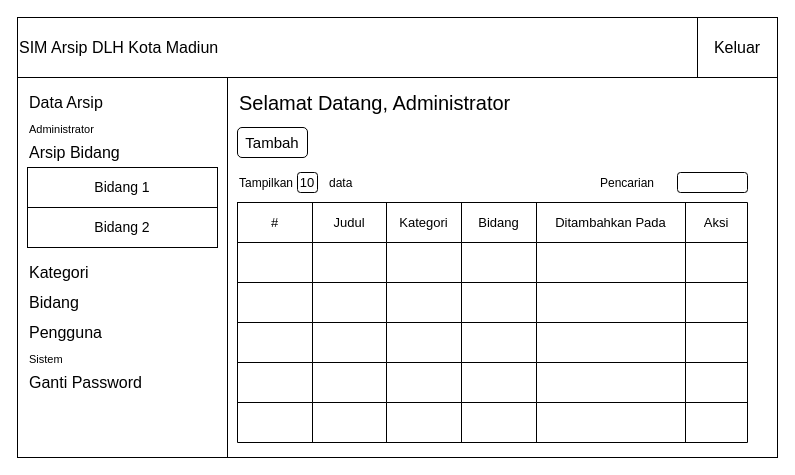
This is page "Arsip" (2 of 9) of Desain Interface.drawio from widimicko/e-arsip-dlh-laravel, a draw.io file, before an edit. Source tidied: cells renumbered, new cells numbered last; positions are measured from the earlier drawing's top-left corner, leaving out a move shared by most shapes. Both pictures are drawn from the tidied source at 100%, with x=0, y=0 at pixel (17, 17).
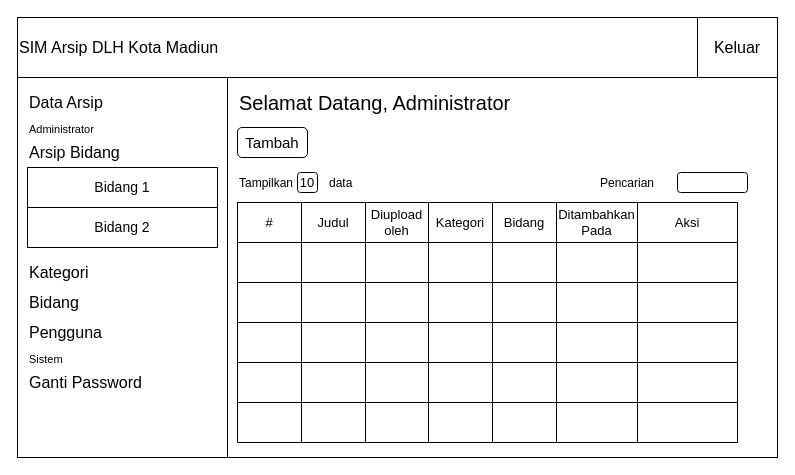
Above is the later version.

Change to the diagram source:
```diff
@@
     <mxCell id="18" style="shape=table;html=1;whiteSpace=wrap;startSize=0;childLayout=tableLayout;rounded=1;labelBackgroundColor=#ffffff;fontSize=12;fontColor=#000000;" parent="1" vertex="1">
-      <mxGeometry x="220" y="185" width="510" height="240" as="geometry" />
+      <mxGeometry x="220" y="185" width="500" height="240" as="geometry" />
     </mxCell>
     <mxCell id="19" style="shape=tableRow;horizontal=0;startSize=0;swimlaneHead=0;swimlaneBody=0;top=0;left=0;bottom=0;right=0;fillColor=none;rounded=1;labelBackgroundColor=#ffffff;fontSize=20;fontColor=#000000;" parent="18" vertex="1">
-      <mxGeometry width="510" height="40" as="geometry" />
+      <mxGeometry width="500" height="40" as="geometry" />
     </mxCell>
     <mxCell id="20" value="#" style="shape=partialRectangle;html=1;whiteSpace=wrap;fillColor=none;top=0;left=0;bottom=0;right=0;overflow=hidden;rounded=1;labelBackgroundColor=#ffffff;fontSize=13;fontColor=#000000;" parent="19" vertex="1">
-      <mxGeometry width="75" height="40" as="geometry" />
+      <mxGeometry width="64" height="40" as="geometry" />
     </mxCell>
     <mxCell id="21" value="&lt;font style=&quot;font-size: 13px;&quot;&gt;Judul&lt;/font&gt;" style="shape=partialRectangle;html=1;whiteSpace=wrap;fillColor=none;top=0;left=0;bottom=0;right=0;overflow=hidden;rounded=1;labelBackgroundColor=#ffffff;fontSize=13;fontColor=#000000;" parent="19" vertex="1">
-      <mxGeometry x="75" width="74" height="40" as="geometry" />
+      <mxGeometry x="64" width="64" height="40" as="geometry" />
     </mxCell>
+    <mxCell id="67" value="Diupload oleh" style="shape=partialRectangle;html=1;whiteSpace=wrap;fillColor=none;top=0;left=0;bottom=0;right=0;overflow=hidden;rounded=1;labelBackgroundColor=#ffffff;fontSize=13;fontColor=#000000;" parent="19" vertex="1">
+      <mxGeometry x="128" width="63" height="40" as="geometry" />
+    </mxCell>
     <mxCell id="22" value="&lt;span style=&quot;font-size: 13px;&quot;&gt;Kategori&lt;/span&gt;" style="shape=partialRectangle;html=1;whiteSpace=wrap;fillColor=none;top=0;left=0;bottom=0;right=0;overflow=hidden;rounded=1;labelBackgroundColor=#ffffff;fontSize=13;fontColor=#000000;" parent="19" vertex="1">
-      <mxGeometry x="149" width="75" height="40" as="geometry" />
+      <mxGeometry x="191" width="64" height="40" as="geometry" />
     </mxCell>
     <mxCell id="23" value="&lt;span style=&quot;font-size: 13px;&quot;&gt;Bidang&lt;/span&gt;" style="shape=partialRectangle;html=1;whiteSpace=wrap;fillColor=none;top=0;left=0;bottom=0;right=0;overflow=hidden;rounded=1;labelBackgroundColor=#ffffff;fontSize=13;fontColor=#000000;" parent="19" vertex="1">
-      <mxGeometry x="224" width="75" height="40" as="geometry" />
+      <mxGeometry x="255" width="64" height="40" as="geometry" />
     </mxCell>
     <mxCell id="24" value="&lt;span style=&quot;font-size: 13px;&quot;&gt;Ditambahkan Pada&lt;/span&gt;" style="shape=partialRectangle;html=1;whiteSpace=wrap;fillColor=none;top=0;left=0;bottom=0;right=0;overflow=hidden;rounded=1;labelBackgroundColor=#ffffff;fontSize=13;fontColor=#000000;" parent="19" vertex="1">
-      <mxGeometry x="299" width="149" height="40" as="geometry" />
+      <mxGeometry x="319" width="81" height="40" as="geometry" />
     </mxCell>
     <mxCell id="25" value="&lt;span style=&quot;font-size: 13px;&quot;&gt;Aksi&lt;/span&gt;" style="shape=partialRectangle;html=1;whiteSpace=wrap;fillColor=none;top=0;left=0;bottom=0;right=0;overflow=hidden;rounded=1;labelBackgroundColor=#ffffff;fontSize=13;fontColor=#000000;" parent="19" vertex="1">
-      <mxGeometry x="448" width="62" height="40" as="geometry" />
+      <mxGeometry x="400" width="100" height="40" as="geometry" />
     </mxCell>
     <mxCell id="26" style="shape=tableRow;horizontal=0;startSize=0;swimlaneHead=0;swimlaneBody=0;top=0;left=0;bottom=0;right=0;fillColor=none;rounded=1;labelBackgroundColor=#ffffff;fontSize=20;fontColor=#000000;" parent="18" vertex="1">
-      <mxGeometry y="40" width="510" height="40" as="geometry" />
+      <mxGeometry y="40" width="500" height="40" as="geometry" />
     </mxCell>
     <mxCell id="27" style="shape=partialRectangle;html=1;whiteSpace=wrap;fillColor=none;top=0;left=0;bottom=0;right=0;overflow=hidden;rounded=1;labelBackgroundColor=#ffffff;fontSize=20;fontColor=#000000;" parent="26" vertex="1">
-      <mxGeometry width="75" height="40" as="geometry" />
+      <mxGeometry width="64" height="40" as="geometry" />
     </mxCell>
     <mxCell id="28" style="shape=partialRectangle;html=1;whiteSpace=wrap;fillColor=none;top=0;left=0;bottom=0;right=0;overflow=hidden;rounded=1;labelBackgroundColor=#ffffff;fontSize=20;fontColor=#000000;" parent="26" vertex="1">
-      <mxGeometry x="75" width="74" height="40" as="geometry" />
+      <mxGeometry x="64" width="64" height="40" as="geometry" />
     </mxCell>
+    <mxCell id="68" style="shape=partialRectangle;html=1;whiteSpace=wrap;fillColor=none;top=0;left=0;bottom=0;right=0;overflow=hidden;rounded=1;labelBackgroundColor=#ffffff;fontSize=20;fontColor=#000000;" parent="26" vertex="1">
+      <mxGeometry x="128" width="63" height="40" as="geometry" />
+    </mxCell>
     <mxCell id="29" style="shape=partialRectangle;html=1;whiteSpace=wrap;fillColor=none;top=0;left=0;bottom=0;right=0;overflow=hidden;rounded=1;labelBackgroundColor=#ffffff;fontSize=20;fontColor=#000000;" parent="26" vertex="1">
-      <mxGeometry x="149" width="75" height="40" as="geometry" />
+      <mxGeometry x="191" width="64" height="40" as="geometry" />
     </mxCell>
     <mxCell id="30" style="shape=partialRectangle;html=1;whiteSpace=wrap;fillColor=none;top=0;left=0;bottom=0;right=0;overflow=hidden;rounded=1;labelBackgroundColor=#ffffff;fontSize=20;fontColor=#000000;" parent="26" vertex="1">
-      <mxGeometry x="224" width="75" height="40" as="geometry" />
+      <mxGeometry x="255" width="64" height="40" as="geometry" />
     </mxCell>
     <mxCell id="31" style="shape=partialRectangle;html=1;whiteSpace=wrap;fillColor=none;top=0;left=0;bottom=0;right=0;overflow=hidden;rounded=1;labelBackgroundColor=#ffffff;fontSize=20;fontColor=#000000;" parent="26" vertex="1">
-      <mxGeometry x="299" width="149" height="40" as="geometry" />
+      <mxGeometry x="319" width="81" height="40" as="geometry" />
     </mxCell>
     <mxCell id="32" style="shape=partialRectangle;html=1;whiteSpace=wrap;fillColor=none;top=0;left=0;bottom=0;right=0;overflow=hidden;rounded=1;labelBackgroundColor=#ffffff;fontSize=20;fontColor=#000000;" parent="26" vertex="1">
-      <mxGeometry x="448" width="62" height="40" as="geometry" />
+      <mxGeometry x="400" width="100" height="40" as="geometry" />
     </mxCell>
     <mxCell id="33" style="shape=tableRow;horizontal=0;startSize=0;swimlaneHead=0;swimlaneBody=0;top=0;left=0;bottom=0;right=0;fillColor=none;rounded=1;labelBackgroundColor=#ffffff;fontSize=20;fontColor=#000000;" parent="18" vertex="1">
-      <mxGeometry y="80" width="510" height="40" as="geometry" />
+      <mxGeometry y="80" width="500" height="40" as="geometry" />
     </mxCell>
     <mxCell id="34" style="shape=partialRectangle;html=1;whiteSpace=wrap;fillColor=none;top=0;left=0;bottom=0;right=0;overflow=hidden;rounded=1;labelBackgroundColor=#ffffff;fontSize=20;fontColor=#000000;" parent="33" vertex="1">
-      <mxGeometry width="75" height="40" as="geometry" />
+      <mxGeometry width="64" height="40" as="geometry" />
     </mxCell>
     <mxCell id="35" style="shape=partialRectangle;html=1;whiteSpace=wrap;fillColor=none;top=0;left=0;bottom=0;right=0;overflow=hidden;rounded=1;labelBackgroundColor=#ffffff;fontSize=20;fontColor=#000000;" parent="33" vertex="1">
-      <mxGeometry x="75" width="74" height="40" as="geometry" />
+      <mxGeometry x="64" width="64" height="40" as="geometry" />
     </mxCell>
+    <mxCell id="69" style="shape=partialRectangle;html=1;whiteSpace=wrap;fillColor=none;top=0;left=0;bottom=0;right=0;overflow=hidden;rounded=1;labelBackgroundColor=#ffffff;fontSize=20;fontColor=#000000;" parent="33" vertex="1">
+      <mxGeometry x="128" width="63" height="40" as="geometry" />
+    </mxCell>
     <mxCell id="36" style="shape=partialRectangle;html=1;whiteSpace=wrap;fillColor=none;top=0;left=0;bottom=0;right=0;overflow=hidden;rounded=1;labelBackgroundColor=#ffffff;fontSize=20;fontColor=#000000;" parent="33" vertex="1">
-      <mxGeometry x="149" width="75" height="40" as="geometry" />
+      <mxGeometry x="191" width="64" height="40" as="geometry" />
     </mxCell>
     <mxCell id="37" style="shape=partialRectangle;html=1;whiteSpace=wrap;fillColor=none;top=0;left=0;bottom=0;right=0;overflow=hidden;rounded=1;labelBackgroundColor=#ffffff;fontSize=20;fontColor=#000000;" parent="33" vertex="1">
-      <mxGeometry x="224" width="75" height="40" as="geometry" />
+      <mxGeometry x="255" width="64" height="40" as="geometry" />
     </mxCell>
     <mxCell id="38" style="shape=partialRectangle;html=1;whiteSpace=wrap;fillColor=none;top=0;left=0;bottom=0;right=0;overflow=hidden;rounded=1;labelBackgroundColor=#ffffff;fontSize=20;fontColor=#000000;" parent="33" vertex="1">
-      <mxGeometry x="299" width="149" height="40" as="geometry" />
+      <mxGeometry x="319" width="81" height="40" as="geometry" />
     </mxCell>
     <mxCell id="39" style="shape=partialRectangle;html=1;whiteSpace=wrap;fillColor=none;top=0;left=0;bottom=0;right=0;overflow=hidden;rounded=1;labelBackgroundColor=#ffffff;fontSize=20;fontColor=#000000;" parent="33" vertex="1">
-      <mxGeometry x="448" width="62" height="40" as="geometry" />
+      <mxGeometry x="400" width="100" height="40" as="geometry" />
     </mxCell>
     <mxCell id="40" style="shape=tableRow;horizontal=0;startSize=0;swimlaneHead=0;swimlaneBody=0;top=0;left=0;bottom=0;right=0;fillColor=none;rounded=1;labelBackgroundColor=#ffffff;fontSize=20;fontColor=#000000;" parent="18" vertex="1">
-      <mxGeometry y="120" width="510" height="40" as="geometry" />
+      <mxGeometry y="120" width="500" height="40" as="geometry" />
     </mxCell>
     <mxCell id="41" style="shape=partialRectangle;html=1;whiteSpace=wrap;fillColor=none;top=0;left=0;bottom=0;right=0;overflow=hidden;rounded=1;labelBackgroundColor=#ffffff;fontSize=20;fontColor=#000000;" parent="40" vertex="1">
-      <mxGeometry width="75" height="40" as="geometry" />
+      <mxGeometry width="64" height="40" as="geometry" />
     </mxCell>
     <mxCell id="42" style="shape=partialRectangle;html=1;whiteSpace=wrap;fillColor=none;top=0;left=0;bottom=0;right=0;overflow=hidden;rounded=1;labelBackgroundColor=#ffffff;fontSize=20;fontColor=#000000;" parent="40" vertex="1">
-      <mxGeometry x="75" width="74" height="40" as="geometry" />
+      <mxGeometry x="64" width="64" height="40" as="geometry" />
     </mxCell>
+    <mxCell id="70" style="shape=partialRectangle;html=1;whiteSpace=wrap;fillColor=none;top=0;left=0;bottom=0;right=0;overflow=hidden;rounded=1;labelBackgroundColor=#ffffff;fontSize=20;fontColor=#000000;" parent="40" vertex="1">
+      <mxGeometry x="128" width="63" height="40" as="geometry" />
+    </mxCell>
     <mxCell id="43" style="shape=partialRectangle;html=1;whiteSpace=wrap;fillColor=none;top=0;left=0;bottom=0;right=0;overflow=hidden;rounded=1;labelBackgroundColor=#ffffff;fontSize=20;fontColor=#000000;" parent="40" vertex="1">
-      <mxGeometry x="149" width="75" height="40" as="geometry" />
+      <mxGeometry x="191" width="64" height="40" as="geometry" />
     </mxCell>
     <mxCell id="44" style="shape=partialRectangle;html=1;whiteSpace=wrap;fillColor=none;top=0;left=0;bottom=0;right=0;overflow=hidden;rounded=1;labelBackgroundColor=#ffffff;fontSize=20;fontColor=#000000;" parent="40" vertex="1">
-      <mxGeometry x="224" width="75" height="40" as="geometry" />
+      <mxGeometry x="255" width="64" height="40" as="geometry" />
     </mxCell>
     <mxCell id="45" style="shape=partialRectangle;html=1;whiteSpace=wrap;fillColor=none;top=0;left=0;bottom=0;right=0;overflow=hidden;rounded=1;labelBackgroundColor=#ffffff;fontSize=20;fontColor=#000000;" parent="40" vertex="1">
-      <mxGeometry x="299" width="149" height="40" as="geometry" />
+      <mxGeometry x="319" width="81" height="40" as="geometry" />
     </mxCell>
     <mxCell id="46" style="shape=partialRectangle;html=1;whiteSpace=wrap;fillColor=none;top=0;left=0;bottom=0;right=0;overflow=hidden;rounded=1;labelBackgroundColor=#ffffff;fontSize=20;fontColor=#000000;" parent="40" vertex="1">
-      <mxGeometry x="448" width="62" height="40" as="geometry" />
+      <mxGeometry x="400" width="100" height="40" as="geometry" />
     </mxCell>
     <mxCell id="47" style="shape=tableRow;horizontal=0;startSize=0;swimlaneHead=0;swimlaneBody=0;top=0;left=0;bottom=0;right=0;fillColor=none;rounded=1;labelBackgroundColor=#ffffff;fontSize=20;fontColor=#000000;" parent="18" vertex="1">
-      <mxGeometry y="160" width="510" height="40" as="geometry" />
+      <mxGeometry y="160" width="500" height="40" as="geometry" />
     </mxCell>
     <mxCell id="48" style="shape=partialRectangle;html=1;whiteSpace=wrap;fillColor=none;top=0;left=0;bottom=0;right=0;overflow=hidden;rounded=1;labelBackgroundColor=#ffffff;fontSize=20;fontColor=#000000;" parent="47" vertex="1">
-      <mxGeometry width="75" height="40" as="geometry" />
+      <mxGeometry width="64" height="40" as="geometry" />
     </mxCell>
     <mxCell id="49" style="shape=partialRectangle;html=1;whiteSpace=wrap;fillColor=none;top=0;left=0;bottom=0;right=0;overflow=hidden;rounded=1;labelBackgroundColor=#ffffff;fontSize=20;fontColor=#000000;" parent="47" vertex="1">
-      <mxGeometry x="75" width="74" height="40" as="geometry" />
+      <mxGeometry x="64" width="64" height="40" as="geometry" />
     </mxCell>
+    <mxCell id="71" style="shape=partialRectangle;html=1;whiteSpace=wrap;fillColor=none;top=0;left=0;bottom=0;right=0;overflow=hidden;rounded=1;labelBackgroundColor=#ffffff;fontSize=20;fontColor=#000000;" parent="47" vertex="1">
+      <mxGeometry x="128" width="63" height="40" as="geometry" />
+    </mxCell>
     <mxCell id="50" style="shape=partialRectangle;html=1;whiteSpace=wrap;fillColor=none;top=0;left=0;bottom=0;right=0;overflow=hidden;rounded=1;labelBackgroundColor=#ffffff;fontSize=20;fontColor=#000000;" parent="47" vertex="1">
-      <mxGeometry x="149" width="75" height="40" as="geometry" />
+      <mxGeometry x="191" width="64" height="40" as="geometry" />
     </mxCell>
     <mxCell id="51" style="shape=partialRectangle;html=1;whiteSpace=wrap;fillColor=none;top=0;left=0;bottom=0;right=0;overflow=hidden;rounded=1;labelBackgroundColor=#ffffff;fontSize=20;fontColor=#000000;" parent="47" vertex="1">
-      <mxGeometry x="224" width="75" height="40" as="geometry" />
+      <mxGeometry x="255" width="64" height="40" as="geometry" />
     </mxCell>
     <mxCell id="52" style="shape=partialRectangle;html=1;whiteSpace=wrap;fillColor=none;top=0;left=0;bottom=0;right=0;overflow=hidden;rounded=1;labelBackgroundColor=#ffffff;fontSize=20;fontColor=#000000;" parent="47" vertex="1">
-      <mxGeometry x="299" width="149" height="40" as="geometry" />
+      <mxGeometry x="319" width="81" height="40" as="geometry" />
     </mxCell>
     <mxCell id="53" style="shape=partialRectangle;html=1;whiteSpace=wrap;fillColor=none;top=0;left=0;bottom=0;right=0;overflow=hidden;rounded=1;labelBackgroundColor=#ffffff;fontSize=20;fontColor=#000000;" parent="47" vertex="1">
-      <mxGeometry x="448" width="62" height="40" as="geometry" />
+      <mxGeometry x="400" width="100" height="40" as="geometry" />
     </mxCell>
     <mxCell id="54" style="shape=tableRow;horizontal=0;startSize=0;swimlaneHead=0;swimlaneBody=0;top=0;left=0;bottom=0;right=0;fillColor=none;rounded=1;labelBackgroundColor=#ffffff;fontSize=20;fontColor=#000000;" parent="18" vertex="1">
-      <mxGeometry y="200" width="510" height="40" as="geometry" />
+      <mxGeometry y="200" width="500" height="40" as="geometry" />
     </mxCell>
     <mxCell id="55" style="shape=partialRectangle;html=1;whiteSpace=wrap;fillColor=none;top=0;left=0;bottom=0;right=0;overflow=hidden;rounded=1;labelBackgroundColor=#ffffff;fontSize=20;fontColor=#000000;" parent="54" vertex="1">
-      <mxGeometry width="75" height="40" as="geometry" />
+      <mxGeometry width="64" height="40" as="geometry" />
     </mxCell>
     <mxCell id="56" style="shape=partialRectangle;html=1;whiteSpace=wrap;fillColor=none;top=0;left=0;bottom=0;right=0;overflow=hidden;rounded=1;labelBackgroundColor=#ffffff;fontSize=20;fontColor=#000000;" parent="54" vertex="1">
-      <mxGeometry x="75" width="74" height="40" as="geometry" />
+      <mxGeometry x="64" width="64" height="40" as="geometry" />
     </mxCell>
+    <mxCell id="72" style="shape=partialRectangle;html=1;whiteSpace=wrap;fillColor=none;top=0;left=0;bottom=0;right=0;overflow=hidden;rounded=1;labelBackgroundColor=#ffffff;fontSize=20;fontColor=#000000;" parent="54" vertex="1">
+      <mxGeometry x="128" width="63" height="40" as="geometry" />
+    </mxCell>
     <mxCell id="57" style="shape=partialRectangle;html=1;whiteSpace=wrap;fillColor=none;top=0;left=0;bottom=0;right=0;overflow=hidden;rounded=1;labelBackgroundColor=#ffffff;fontSize=20;fontColor=#000000;" parent="54" vertex="1">
-      <mxGeometry x="149" width="75" height="40" as="geometry" />
+      <mxGeometry x="191" width="64" height="40" as="geometry" />
     </mxCell>
     <mxCell id="58" style="shape=partialRectangle;html=1;whiteSpace=wrap;fillColor=none;top=0;left=0;bottom=0;right=0;overflow=hidden;rounded=1;labelBackgroundColor=#ffffff;fontSize=20;fontColor=#000000;" parent="54" vertex="1">
-      <mxGeometry x="224" width="75" height="40" as="geometry" />
+      <mxGeometry x="255" width="64" height="40" as="geometry" />
     </mxCell>
     <mxCell id="59" style="shape=partialRectangle;html=1;whiteSpace=wrap;fillColor=none;top=0;left=0;bottom=0;right=0;overflow=hidden;rounded=1;labelBackgroundColor=#ffffff;fontSize=20;fontColor=#000000;" parent="54" vertex="1">
-      <mxGeometry x="299" width="149" height="40" as="geometry" />
+      <mxGeometry x="319" width="81" height="40" as="geometry" />
     </mxCell>
     <mxCell id="60" style="shape=partialRectangle;html=1;whiteSpace=wrap;fillColor=none;top=0;left=0;bottom=0;right=0;overflow=hidden;rounded=1;labelBackgroundColor=#ffffff;fontSize=20;fontColor=#000000;" parent="54" vertex="1">
-      <mxGeometry x="448" width="62" height="40" as="geometry" />
+      <mxGeometry x="400" width="100" height="40" as="geometry" />
     </mxCell>
```
